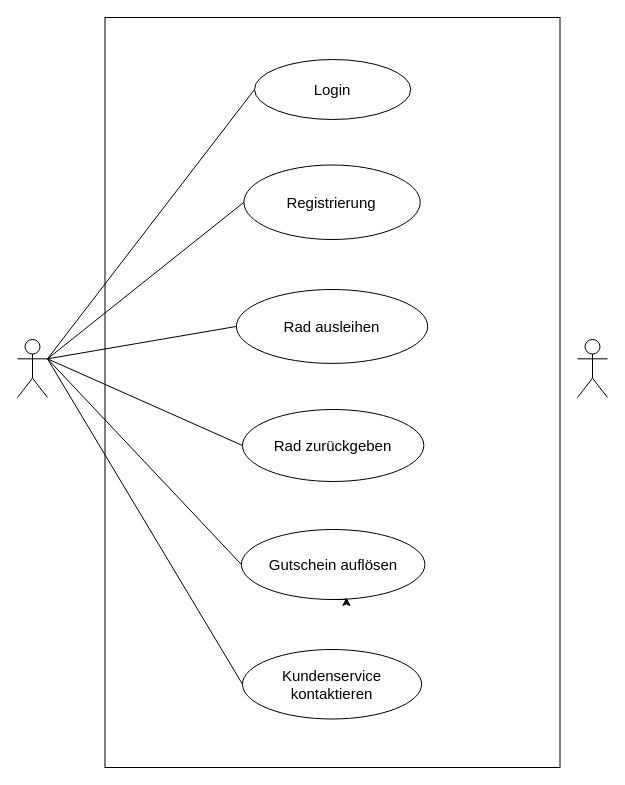
Above: MetropolRadRuhr_2.drawio in anakelm/personal (draw.io), before the change. Source tidied: cells renumbered, new cells numbered last; positions are measured from the earlier drawing's top-left corner, leaving out a move shared by most shapes. Both pictures are drawn from the tidied source at 100%, with x=0, y=0 at pixel (-43, 59).
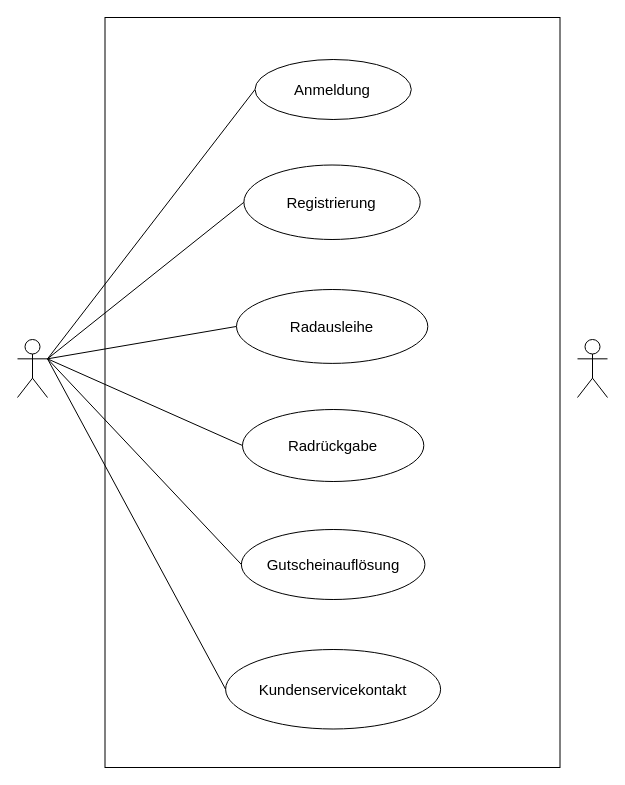
The same diagram, later.

Change to the diagram source:
```diff
@@
 <mxGraphModel>
   <root>
     <mxCell id="0" />
     <mxCell id="1" parent="0" />
     <mxCell id="2" style="rounded=0;whiteSpace=wrap;html=1;rotation=90;fillColor=none;" parent="1" vertex="1">
       <mxGeometry y="105.5" width="750" height="455" as="geometry" />
     </mxCell>
     <mxCell id="3" style="endArrow=none;html=1;rounded=0;entryX=0;entryY=0.5;entryDx=0;entryDy=0;exitX=1;exitY=0.3333333333333333;exitDx=0;exitDy=0;exitPerimeter=0;" parent="1" edge="1" source="14" target="6">
       <mxGeometry relative="1" as="geometry" />
     </mxCell>
     <mxCell id="4" style="endArrow=none;html=1;rounded=0;exitX=1;exitY=0.3333333333333333;exitDx=0;exitDy=0;exitPerimeter=0;entryX=0;entryY=0.5;entryDx=0;entryDy=0;" parent="1" edge="1" source="14" target="11">
       <mxGeometry relative="1" as="geometry" />
     </mxCell>
     <mxCell id="5" style="endArrow=none;html=1;rounded=0;entryX=0;entryY=0.5;entryDx=0;entryDy=0;exitX=1;exitY=0.3333333333333333;exitDx=0;exitDy=0;exitPerimeter=0;" parent="1" edge="1" source="14" target="12">
       <mxGeometry relative="1" as="geometry" />
     </mxCell>
     <mxCell id="6" value="Registrierung" style="ellipse;whiteSpace=wrap;html=1;fontSize=15;" parent="1" vertex="1">
       <mxGeometry x="286.4" y="105.5" width="176.3" height="74.5" as="geometry" />
     </mxCell>
-    <mxCell id="7" value="Gutschein auflösen" style="ellipse;whiteSpace=wrap;html=1;fontSize=15;" parent="1" vertex="1">
+    <mxCell id="7" value="Gutscheinauflösung" style="ellipse;whiteSpace=wrap;html=1;fontSize=15;" parent="1" vertex="1">
       <mxGeometry x="283.9" y="470" width="183.5" height="70" as="geometry" />
     </mxCell>
-    <mxCell id="8" value="Kundenservice&lt;br style=&quot;font-size: 15px;&quot;&gt;kontaktieren" style="ellipse;whiteSpace=wrap;html=1;fontSize=15;" parent="1" vertex="1">
-      <mxGeometry x="285" y="590" width="179.1" height="69.5" as="geometry" />
+    <mxCell id="8" value="Kundenservicekontakt" style="ellipse;whiteSpace=wrap;html=1;fontSize=15;" parent="1" vertex="1">
+      <mxGeometry x="268.1" y="590" width="215" height="79.5" as="geometry" />
     </mxCell>
     <mxCell id="9" style="endArrow=none;html=1;rounded=0;entryX=0;entryY=0.5;entryDx=0;entryDy=0;exitX=1;exitY=0.3333333333333333;exitDx=0;exitDy=0;exitPerimeter=0;" parent="1" edge="1" source="14" target="7">
       <mxGeometry relative="1" as="geometry" />
     </mxCell>
     <mxCell id="10" style="endArrow=none;html=1;rounded=0;entryX=0;entryY=0.5;entryDx=0;entryDy=0;exitX=1;exitY=0.3333333333333333;exitDx=0;exitDy=0;exitPerimeter=0;" parent="1" edge="1" source="14" target="8">
       <mxGeometry relative="1" as="geometry" />
     </mxCell>
-    <mxCell id="11" value="Login" style="ellipse;whiteSpace=wrap;html=1;fontSize=15;" parent="1" vertex="1">
-      <mxGeometry x="297" width="156.3" height="60" as="geometry" />
+    <mxCell id="11" value="Anmeldung" style="ellipse;whiteSpace=wrap;html=1;fontSize=15;" parent="1" vertex="1">
+      <mxGeometry x="297.5" width="156.3" height="60" as="geometry" />
     </mxCell>
-    <mxCell id="12" value="Rad ausleihen" style="ellipse;whiteSpace=wrap;html=1;fontSize=15;" parent="1" vertex="1">
-      <mxGeometry x="278.9" y="230" width="191.3" height="73.9" as="geometry" />
+    <mxCell id="12" value="Radausleihe" style="ellipse;whiteSpace=wrap;html=1;fontSize=15;" parent="1" vertex="1">
+      <mxGeometry x="279" y="230" width="191.3" height="73.9" as="geometry" />
     </mxCell>
-    <mxCell id="13" value="Rad zurückgeben" style="ellipse;whiteSpace=wrap;html=1;fontSize=15;" parent="1" vertex="1">
+    <mxCell id="13" value="Radrückgabe" style="ellipse;whiteSpace=wrap;html=1;fontSize=15;" parent="1" vertex="1">
       <mxGeometry x="285" y="350" width="181.3" height="72" as="geometry" />
     </mxCell>
     <mxCell id="14" style="shape=umlActor;verticalLabelPosition=bottom;verticalAlign=top;html=1;outlineConnect=0;" parent="1" vertex="1">
       <mxGeometry x="60" y="280" width="30" height="58" as="geometry" />
     </mxCell>
     <mxCell id="15" style="endArrow=none;html=1;rounded=0;entryX=0;entryY=0.5;entryDx=0;entryDy=0;exitX=1;exitY=0.3333333333333333;exitDx=0;exitDy=0;exitPerimeter=0;" parent="1" edge="1" source="14" target="13">
       <mxGeometry relative="1" as="geometry" />
     </mxCell>
-    <mxCell id="16" style="edgeStyle=orthogonalEdgeStyle;rounded=0;orthogonalLoop=1;jettySize=auto;html=1;exitX=0.5;exitY=1;exitDx=0;exitDy=0;entryX=0.573;entryY=0.971;entryDx=0;entryDy=0;entryPerimeter=0;" parent="1" edge="1" source="7" target="7">
-      <mxGeometry relative="1" as="geometry" />
-    </mxCell>
     <mxCell id="17" style="shape=umlActor;verticalLabelPosition=bottom;verticalAlign=top;html=1;" parent="1" vertex="1">
       <mxGeometry x="620" y="280" width="30" height="58" as="geometry" />
     </mxCell>
   </root>
 </mxGraphModel>
```
